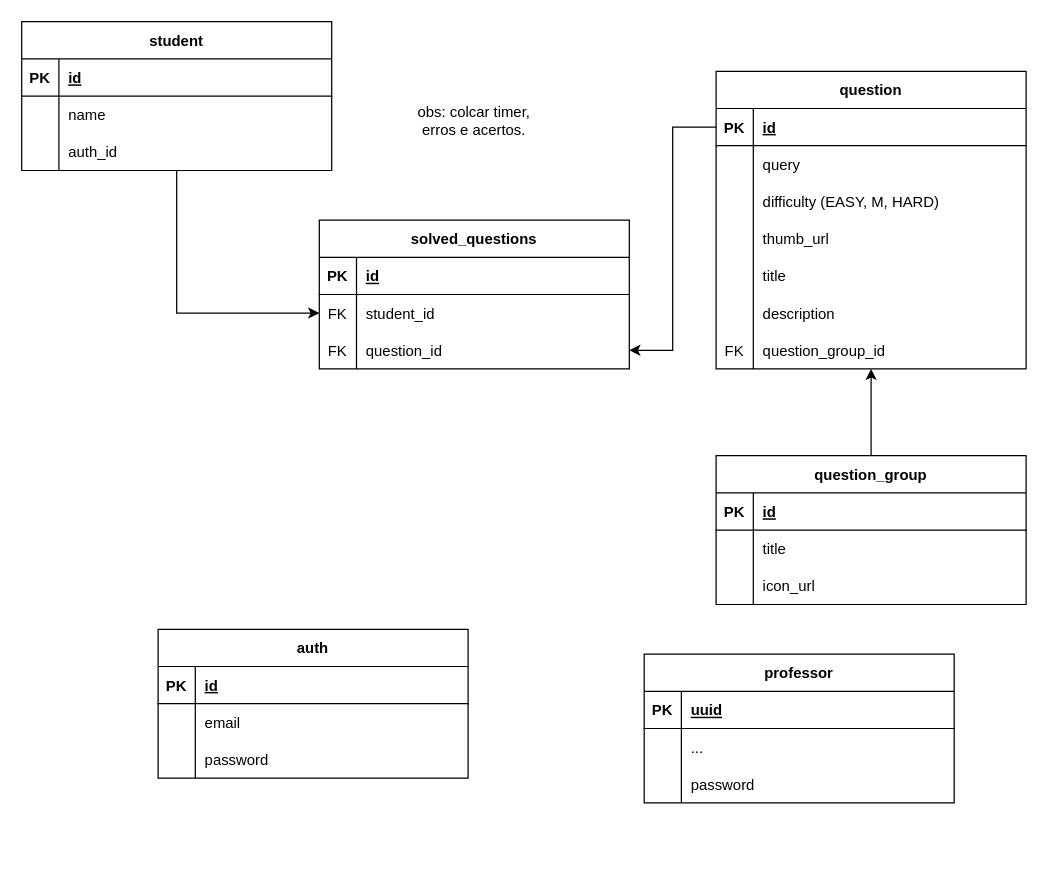
jnaps12/Diagramas keeps this draw.io diagram as learning_queries.drawio. Above is the earlier version. Source tidied: cells renumbered, new cells numbered last; positions are measured from the earlier drawing's top-left corner, leaving out a move shared by most shapes. Both pictures are drawn from the tidied source at 124%, with x=0, y=0 at pixel (21, 21).
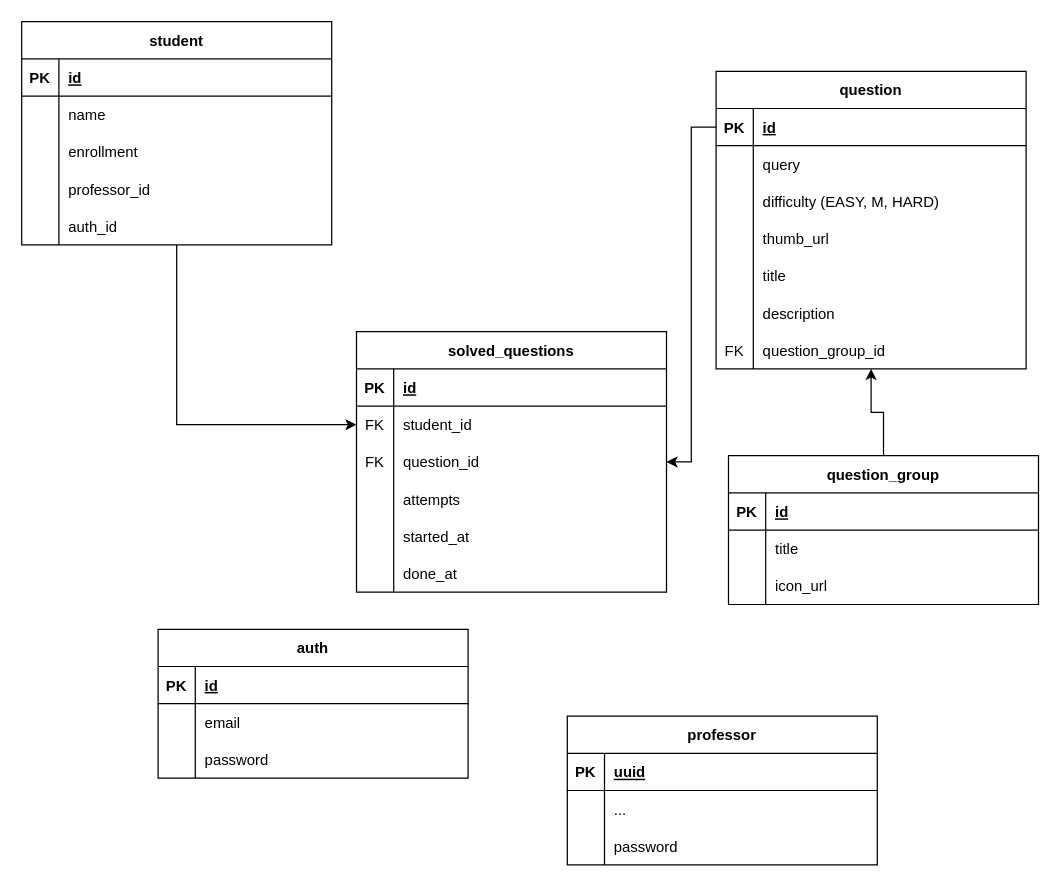
The same page after the edit.

The edit, as a diff of the source:
```diff
@@
     <mxCell id="25" value="student" style="shape=table;startSize=30;childLayout=tableLayout;rowLines=0;fontStyle=1;align=center;" parent="1" vertex="1">
-      <mxGeometry width="250" height="120" as="geometry" />
+      <mxGeometry width="250" height="180" as="geometry" />
     </mxCell>
@@
+    <mxCell id="78" style="shape=partialRectangle;fillColor=none;top=0;left=0;right=0;bottom=0;" parent="25" vertex="1">
+      <mxGeometry y="90" width="250" height="30" as="geometry" />
+    </mxCell>
+    <mxCell id="79" style="shape=partialRectangle;overflow=hidden;fillColor=none;top=0;left=0;bottom=0;right=0;" parent="78" vertex="1">
+      <mxGeometry width="30" height="30" as="geometry" />
+    </mxCell>
+    <mxCell id="80" value="enrollment" style="shape=partialRectangle;overflow=hidden;fillColor=none;top=0;left=0;bottom=0;right=0;align=left;spacingLeft=6;" parent="78" vertex="1">
+      <mxGeometry x="30" width="220" height="30" as="geometry" />
+    </mxCell>
+    <mxCell id="81" style="shape=partialRectangle;fillColor=none;top=0;left=0;right=0;bottom=0;" parent="25" vertex="1">
+      <mxGeometry y="120" width="250" height="30" as="geometry" />
+    </mxCell>
+    <mxCell id="82" style="shape=partialRectangle;overflow=hidden;fillColor=none;top=0;left=0;bottom=0;right=0;" parent="81" vertex="1">
+      <mxGeometry width="30" height="30" as="geometry" />
+    </mxCell>
+    <mxCell id="83" value="professor_id" style="shape=partialRectangle;overflow=hidden;fillColor=none;top=0;left=0;bottom=0;right=0;align=left;spacingLeft=6;" parent="81" vertex="1">
+      <mxGeometry x="30" width="220" height="30" as="geometry" />
+    </mxCell>
     <mxCell id="32" style="shape=partialRectangle;fillColor=none;top=0;left=0;right=0;bottom=0;" parent="25" vertex="1">
-      <mxGeometry y="90" width="250" height="30" as="geometry" />
+      <mxGeometry y="150" width="250" height="30" as="geometry" />
     </mxCell>
@@
     <mxCell id="35" value="solved_questions" style="shape=table;startSize=30;childLayout=tableLayout;rowLines=0;fontStyle=1;align=center;" parent="1" vertex="1">
-      <mxGeometry x="240" y="160" width="250" height="120" as="geometry" />
+      <mxGeometry x="270" y="250" width="250" height="210" as="geometry" />
     </mxCell>
@@
+    <mxCell id="84" style="shape=partialRectangle;fillColor=none;top=0;left=0;right=0;bottom=0;" parent="35" vertex="1">
+      <mxGeometry y="120" width="250" height="30" as="geometry" />
+    </mxCell>
+    <mxCell id="85" style="shape=partialRectangle;overflow=hidden;fillColor=none;top=0;left=0;bottom=0;right=0;" parent="84" vertex="1">
+      <mxGeometry width="30" height="30" as="geometry" />
+    </mxCell>
+    <mxCell id="86" value="attempts" style="shape=partialRectangle;overflow=hidden;fillColor=none;top=0;left=0;bottom=0;right=0;align=left;spacingLeft=6;" parent="84" vertex="1">
+      <mxGeometry x="30" width="220" height="30" as="geometry" />
+    </mxCell>
+    <mxCell id="87" style="shape=partialRectangle;fillColor=none;top=0;left=0;right=0;bottom=0;" parent="35" vertex="1">
+      <mxGeometry y="150" width="250" height="30" as="geometry" />
+    </mxCell>
+    <mxCell id="88" style="shape=partialRectangle;overflow=hidden;fillColor=none;top=0;left=0;bottom=0;right=0;" parent="87" vertex="1">
+      <mxGeometry width="30" height="30" as="geometry" />
+    </mxCell>
+    <mxCell id="89" value="started_at" style="shape=partialRectangle;overflow=hidden;fillColor=none;top=0;left=0;bottom=0;right=0;align=left;spacingLeft=6;" parent="87" vertex="1">
+      <mxGeometry x="30" width="220" height="30" as="geometry" />
+    </mxCell>
+    <mxCell id="90" style="shape=partialRectangle;fillColor=none;top=0;left=0;right=0;bottom=0;" parent="35" vertex="1">
+      <mxGeometry y="180" width="250" height="30" as="geometry" />
+    </mxCell>
+    <mxCell id="91" style="shape=partialRectangle;overflow=hidden;fillColor=none;top=0;left=0;bottom=0;right=0;" parent="90" vertex="1">
+      <mxGeometry width="30" height="30" as="geometry" />
+    </mxCell>
+    <mxCell id="92" value="done_at" style="shape=partialRectangle;overflow=hidden;fillColor=none;top=0;left=0;bottom=0;right=0;align=left;spacingLeft=6;" parent="90" vertex="1">
+      <mxGeometry x="30" width="220" height="30" as="geometry" />
+    </mxCell>
@@
     <mxCell id="46" value="question_group" style="shape=table;startSize=30;childLayout=tableLayout;rowLines=0;fontStyle=1;align=center;" parent="1" vertex="1">
-      <mxGeometry x="560" y="350" width="250" height="120" as="geometry" />
+      <mxGeometry x="570" y="350" width="250" height="120" as="geometry" />
     </mxCell>
@@
     <mxCell id="67" value="professor" style="shape=table;startSize=30;childLayout=tableLayout;rowLines=0;fontStyle=1;align=center;" parent="1" vertex="1">
-      <mxGeometry x="502" y="510" width="250" height="120" as="geometry" />
+      <mxGeometry x="440" y="560" width="250" height="120" as="geometry" />
     </mxCell>
@@
-    <mxCell id="77" value="obs: colcar timer, erros e acertos." style="text;html=1;strokeColor=none;fillColor=none;align=center;verticalAlign=middle;whiteSpace=wrap;rounded=0;" parent="1" vertex="1">
-      <mxGeometry x="315" y="40" width="100" height="80" as="geometry" />
-    </mxCell>
```
